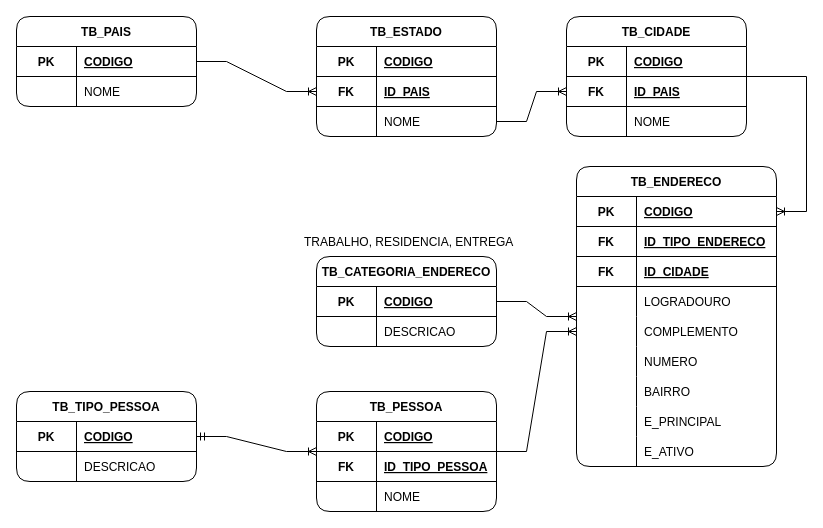
This is src/main/resources/Sistema Gerenciador de Pessoas.drawio from quintino-digital/gerpessapi, a draw.io file, before an edit. Source tidied: cells renumbered, new cells numbered last; positions are measured from the earlier drawing's top-left corner, leaving out a move shared by most shapes. Both pictures are drawn from the tidied source at 100%, with x=0, y=0 at pixel (16, 16).
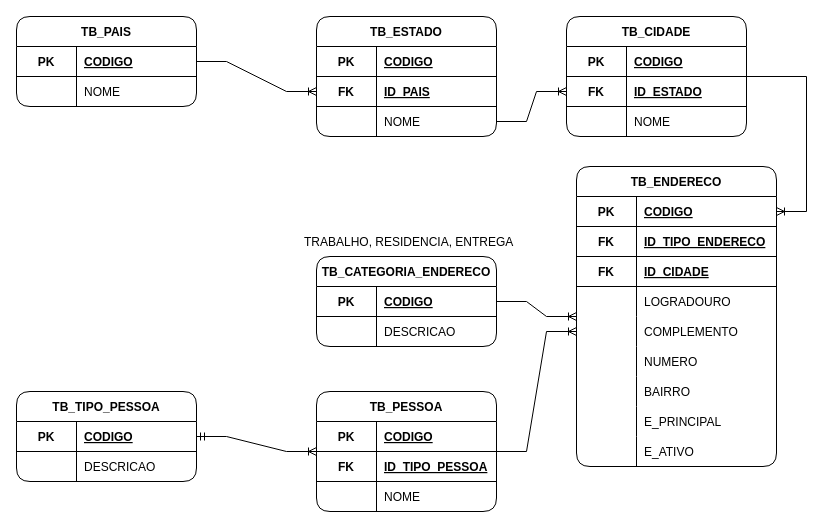
The same diagram, later.

Commit message (it also covers changes not shown here):
:large_blue_circle: Feature: Implementar mapeamento de dados TB_PAIS, TB_ESTADO, TB_CIDADE e TB_ENDERECO

The change refers to these unchanged cells:
```xml
<mxCell id="59" style="shape=tableRow;horizontal=0;startSize=0;swimlaneHead=0;swimlaneBody=0;fillColor=none;points=[[0,0.5],[1,0.5]];portConstraint=eastwest;top=0;left=0;right=0;bottom=1;" parent="55" vertex="1">
  <mxGeometry y="60" width="180" height="30" as="geometry" />
</mxCell>
```

What changed in the source:
```diff
@@
-    <mxCell id="61" value="ID_PAIS" style="shape=partialRectangle;fillColor=none;top=0;left=0;bottom=0;right=0;align=left;spacingLeft=6;fontStyle=5;overflow=hidden;" parent="59" vertex="1">
+    <mxCell id="61" value="ID_ESTADO" style="shape=partialRectangle;fillColor=none;top=0;left=0;bottom=0;right=0;align=left;spacingLeft=6;fontStyle=5;overflow=hidden;" parent="59" vertex="1">
       <mxGeometry x="60" width="120" height="30" as="geometry" />
     </mxCell>
```
